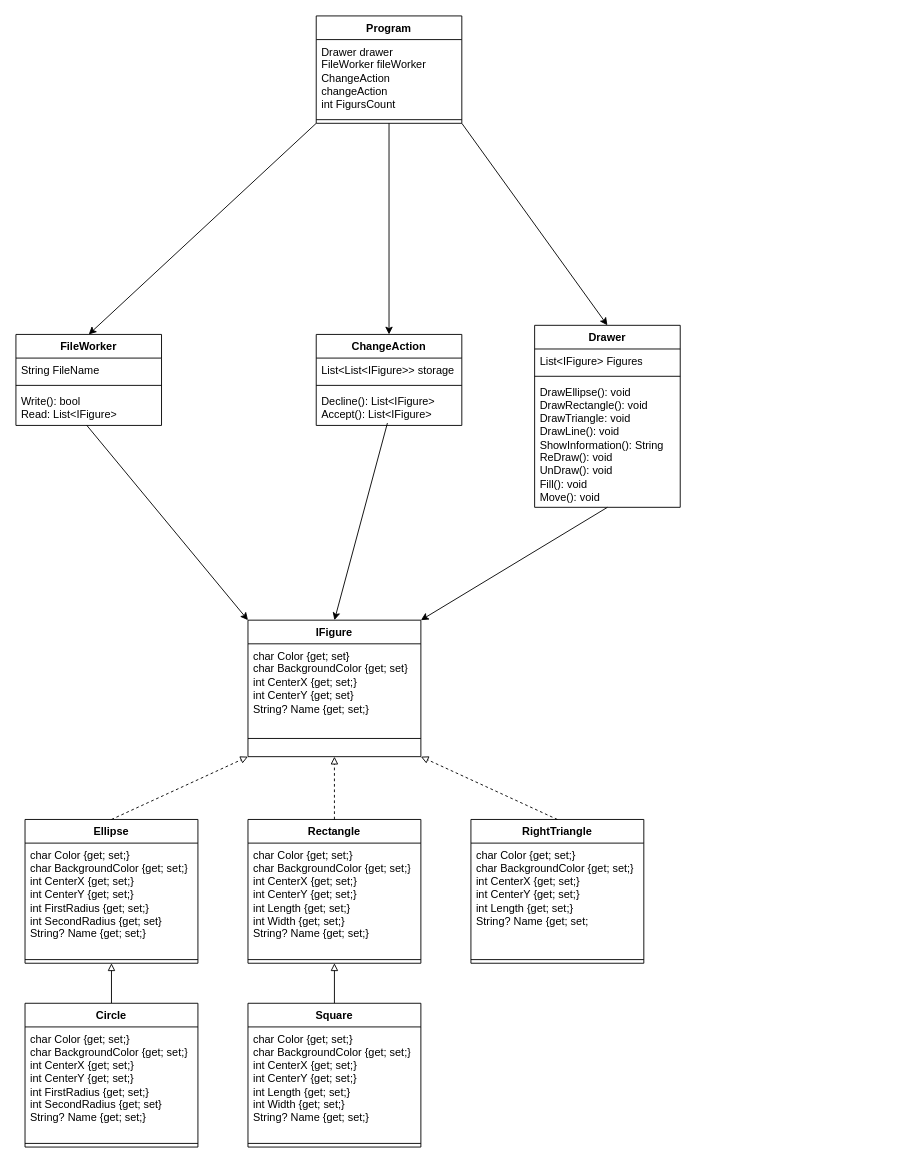
Above: LR1/Uml.drawio in Steopik/OOP-Labs (draw.io), before the change. Source tidied: cells renumbered, new cells numbered last; positions are measured from the earlier drawing's top-left corner, leaving out a move shared by most shapes. Both pictures are drawn from the tidied source at 91%, with x=0, y=0 at pixel (15, 15).
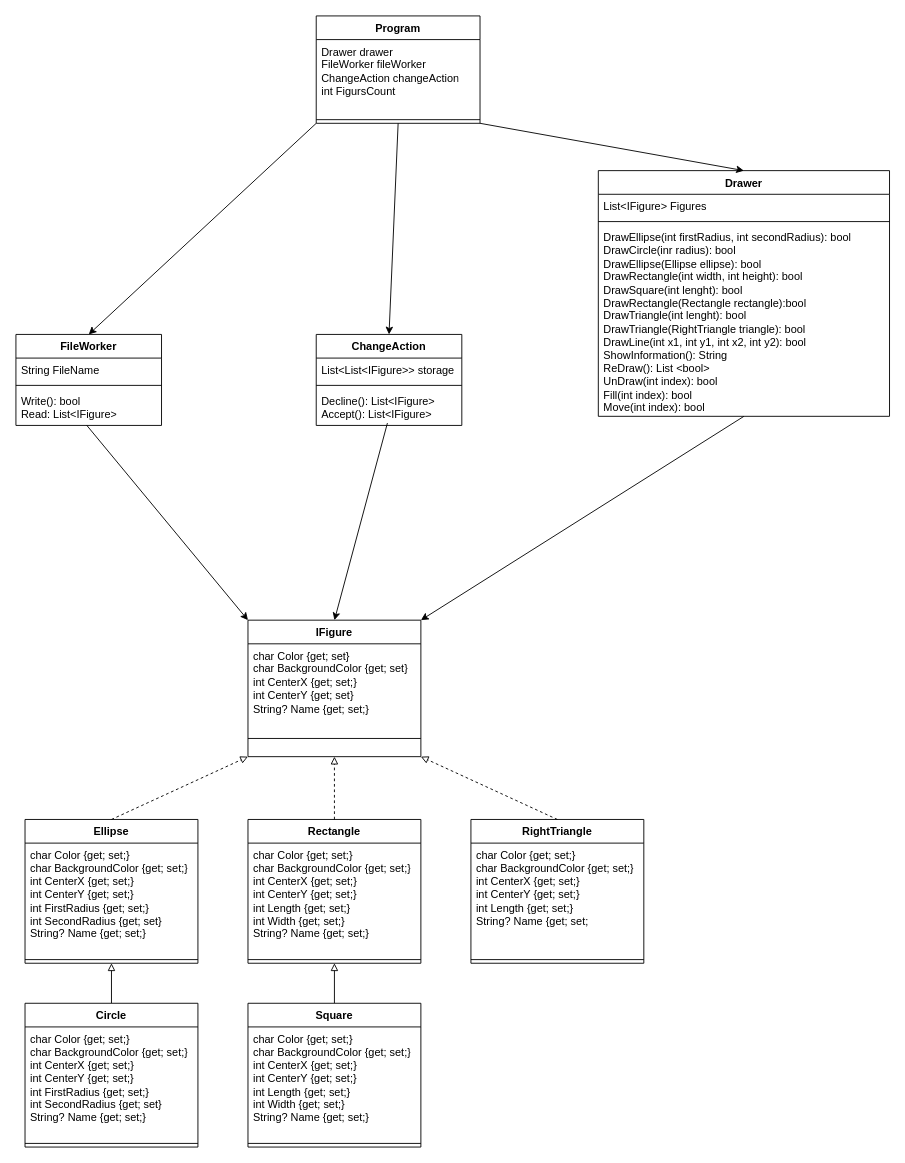
Above is the later version.

Diff of the diagram source:
```diff
@@
     <mxCell id="25" value="Drawer" style="swimlane;fontStyle=1;align=center;verticalAlign=top;horizontal=1;startSize=26;whiteSpace=wrap;html=1;" parent="1" vertex="1">
-      <mxGeometry x="570" y="340" width="160" height="200" as="geometry" />
+      <mxGeometry x="640" y="170" width="320" height="270" as="geometry" />
     </mxCell>
     <mxCell id="26" value="List&amp;lt;IFigure&amp;gt; Figures" style="text;strokeColor=none;fillColor=none;align=left;verticalAlign=top;spacingLeft=4;spacingRight=4;overflow=hidden;whiteSpace=wrap;html=1;" parent="25" vertex="1">
-      <mxGeometry y="26" width="160" height="26" as="geometry" />
+      <mxGeometry y="26" width="320" height="26" as="geometry" />
     </mxCell>
     <mxCell id="27" style="line;strokeWidth=1;fillColor=none;align=left;verticalAlign=middle;spacingTop=-1;spacingLeft=3;spacingRight=3;labelPosition=right;strokeColor=inherit;" parent="25" vertex="1">
-      <mxGeometry y="52" width="160" height="8" as="geometry" />
+      <mxGeometry y="52" width="320" height="8" as="geometry" />
     </mxCell>
-    <mxCell id="28" value="&lt;div&gt;DrawEllipse(): void&lt;/div&gt;&lt;div&gt;DrawRectangle(): void&lt;/div&gt;&lt;div&gt;DrawTriangle: void&lt;/div&gt;&lt;div&gt;DrawLine(): void&lt;/div&gt;&lt;div&gt;ShowInformation(): String&lt;/div&gt;&lt;div&gt;ReDraw(): void&lt;/div&gt;&lt;div&gt;UnDraw(): void&lt;/div&gt;&lt;div&gt;Fill(): void&lt;/div&gt;&lt;div&gt;Move(): void&lt;/div&gt;" style="text;strokeColor=none;fillColor=none;align=left;verticalAlign=top;spacingLeft=4;spacingRight=4;overflow=hidden;whiteSpace=wrap;html=1;" parent="25" vertex="1">
-      <mxGeometry y="60" width="160" height="140" as="geometry" />
+    <mxCell id="28" value="&lt;div&gt;DrawEllipse(int firstRadius, int secondRadius): bool&lt;/div&gt;&lt;div&gt;DrawCircle(inr radius): bool&lt;/div&gt;&lt;div&gt;DrawEllipse(Ellipse ellipse): bool &lt;br&gt;&lt;/div&gt;&lt;div&gt;DrawRectangle(int width, int height): bool&lt;/div&gt;&lt;div&gt;DrawSquare(int lenght): bool&lt;/div&gt;&lt;div&gt;DrawRectangle(Rectangle rectangle):bool&lt;/div&gt;&lt;div&gt;DrawTriangle(int lenght): bool&lt;/div&gt;&lt;div&gt;DrawTriangle(RightTriangle triangle): bool &lt;br&gt;&lt;/div&gt;&lt;div&gt;DrawLine(int x1, int y1, int x2, int y2): bool&lt;/div&gt;&lt;div&gt;ShowInformation(): String&lt;/div&gt;&lt;div&gt;ReDraw(): List &amp;lt;bool&amp;gt;&lt;/div&gt;&lt;div&gt;UnDraw(int index): bool&lt;/div&gt;&lt;div&gt;Fill(int index): bool&lt;/div&gt;&lt;div&gt;Move(int index): bool&lt;/div&gt;" style="text;strokeColor=none;fillColor=none;align=left;verticalAlign=top;spacingLeft=4;spacingRight=4;overflow=hidden;whiteSpace=wrap;html=1;" parent="25" vertex="1">
+      <mxGeometry y="60" width="320" height="210" as="geometry" />
     </mxCell>
@@
     <mxCell id="37" value="Program" style="swimlane;fontStyle=1;align=center;verticalAlign=top;horizontal=1;startSize=26;whiteSpace=wrap;html=1;" parent="1" vertex="1">
-      <mxGeometry x="330" width="160" height="118" as="geometry" />
+      <mxGeometry x="330" width="180" height="118" as="geometry" />
     </mxCell>
     <mxCell id="38" value="&lt;div&gt;Drawer drawer&lt;/div&gt;&lt;div&gt;FileWorker fileWorker&lt;/div&gt;&lt;div&gt;ChangeAction changeAction&lt;/div&gt;&lt;div&gt;int FigursCount&lt;/div&gt;" style="text;strokeColor=none;fillColor=none;align=left;verticalAlign=top;spacingLeft=4;spacingRight=4;overflow=hidden;whiteSpace=wrap;html=1;" parent="37" vertex="1">
-      <mxGeometry y="26" width="160" height="84" as="geometry" />
+      <mxGeometry y="26" width="180" height="84" as="geometry" />
     </mxCell>
     <mxCell id="39" style="line;strokeWidth=1;fillColor=none;align=left;verticalAlign=middle;spacingTop=-1;spacingLeft=3;spacingRight=3;labelPosition=right;strokeColor=inherit;" parent="37" vertex="1">
-      <mxGeometry y="110" width="160" height="8" as="geometry" />
+      <mxGeometry y="110" width="180" height="8" as="geometry" />
     </mxCell>
```
